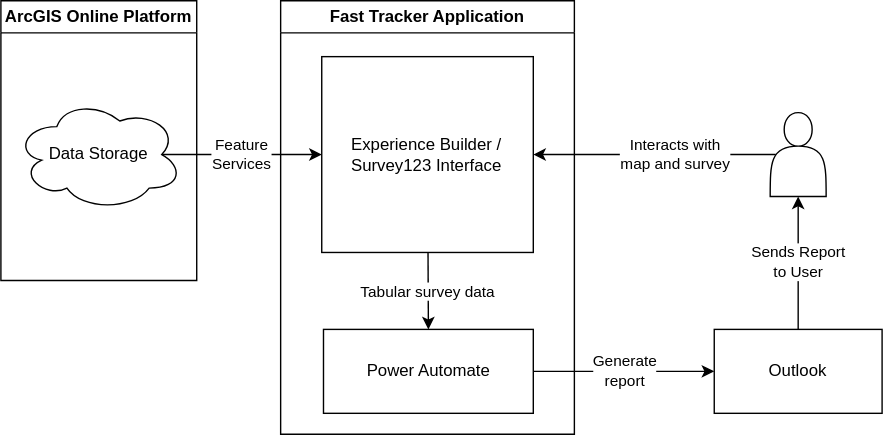
This is docs/application_diagram.svg from NYCPlanning/fast-tracker-tool, a draw.io export, as it was before one commit. Source tidied: cells renumbered, new cells last; positions are measured from the earlier drawing's top-left corner, leaving out a move shared by most shapes. Source of this version:
```xml
<mxGraphModel>
  <root>
    <mxCell id="0" />
    <mxCell id="1" parent="0" />
    <mxCell id="2" value="Interacts with&lt;br&gt;map&amp;nbsp;and survey" style="edgeStyle=none;rounded=1;html=1;exitX=0.1;exitY=0.5;exitDx=0;exitDy=0;exitPerimeter=0;entryX=1;entryY=0.5;entryDx=0;entryDy=0;" parent="1" edge="1" source="3" target="7">
      <mxGeometry x="-0.17" relative="1" as="geometry" />
    </mxCell>
    <mxCell id="3" style="shape=actor;whiteSpace=wrap;html=1;" parent="1" vertex="1">
      <mxGeometry x="550" y="80" width="40" height="60" as="geometry" />
    </mxCell>
    <mxCell id="4" value="Feature&lt;br&gt;Services" style="edgeStyle=none;rounded=1;html=1;entryX=0;entryY=0.5;entryDx=0;entryDy=0;exitX=0.875;exitY=0.5;exitDx=0;exitDy=0;exitPerimeter=0;" parent="1" edge="1" source="10" target="7">
      <mxGeometry x="-0.01" relative="1" as="geometry" />
    </mxCell>
    <mxCell id="5" value="Fast Tracker Application" style="swimlane;whiteSpace=wrap;html=1;" parent="1" vertex="1">
      <mxGeometry x="200" width="210" height="310" as="geometry" />
    </mxCell>
    <mxCell id="6" value="Tabular survey data" style="edgeStyle=none;rounded=1;html=1;entryX=0.5;entryY=0;entryDx=0;entryDy=0;" parent="5" edge="1" source="7" target="8">
      <mxGeometry relative="1" as="geometry" />
    </mxCell>
    <mxCell id="7" value="Experience Builder / Survey123 Interface" style="rounded=0;whiteSpace=wrap;html=1;" parent="5" vertex="1">
      <mxGeometry x="29.4" y="40" width="151.2" height="140" as="geometry" />
    </mxCell>
    <mxCell id="8" value="Power Automate" style="rounded=0;whiteSpace=wrap;html=1;" parent="5" vertex="1">
      <mxGeometry x="30.6" y="235" width="150" height="60" as="geometry" />
    </mxCell>
    <mxCell id="9" value="ArcGIS Online Platform" style="swimlane;whiteSpace=wrap;html=1;" parent="1" vertex="1">
      <mxGeometry width="140" height="200" as="geometry" />
    </mxCell>
    <mxCell id="10" value="Data Storage" style="ellipse;shape=cloud;whiteSpace=wrap;html=1;" parent="9" vertex="1">
      <mxGeometry x="10" y="70" width="120" height="80" as="geometry" />
    </mxCell>
    <mxCell id="11" value="Generate&lt;br&gt;report" style="edgeStyle=none;rounded=1;html=1;entryX=0;entryY=0.5;entryDx=0;entryDy=0;" parent="1" edge="1" source="8" target="13">
      <mxGeometry relative="1" as="geometry" />
    </mxCell>
    <mxCell id="12" value="Sends Report&lt;br&gt;to User" style="edgeStyle=none;rounded=1;html=1;exitX=0.5;exitY=0;exitDx=0;exitDy=0;entryX=0.5;entryY=1;entryDx=0;entryDy=0;" parent="1" edge="1" source="13" target="3">
      <mxGeometry relative="1" as="geometry" />
    </mxCell>
    <mxCell id="13" value="Outlook" style="rounded=0;whiteSpace=wrap;html=1;" parent="1" vertex="1">
      <mxGeometry x="510" y="235" width="120" height="60" as="geometry" />
    </mxCell>
  </root>
</mxGraphModel>
```
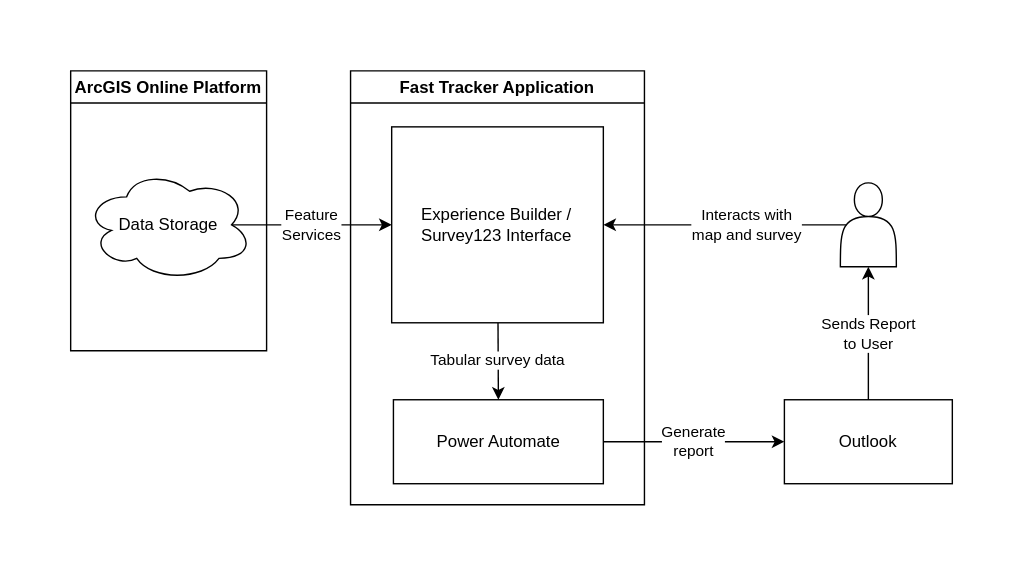
The same diagram one commit later.

The edit, as a diff of the source:
```diff
@@ -2,6 +2,9 @@
   <root>
     <mxCell id="0" />
     <mxCell id="1" parent="0" />
+    <mxCell id="14" style="rounded=0;whiteSpace=wrap;html=1;strokeColor=none;" parent="1" vertex="1">
+      <mxGeometry x="-50" y="-50" width="730" height="410" as="geometry" />
+    </mxCell>
     <mxCell id="2" value="Interacts with&lt;br&gt;map&amp;nbsp;and survey" style="edgeStyle=none;rounded=1;html=1;exitX=0.1;exitY=0.5;exitDx=0;exitDy=0;exitPerimeter=0;entryX=1;entryY=0.5;entryDx=0;entryDy=0;" parent="1" edge="1" source="3" target="7">
       <mxGeometry x="-0.17" relative="1" as="geometry" />
     </mxCell>
```
